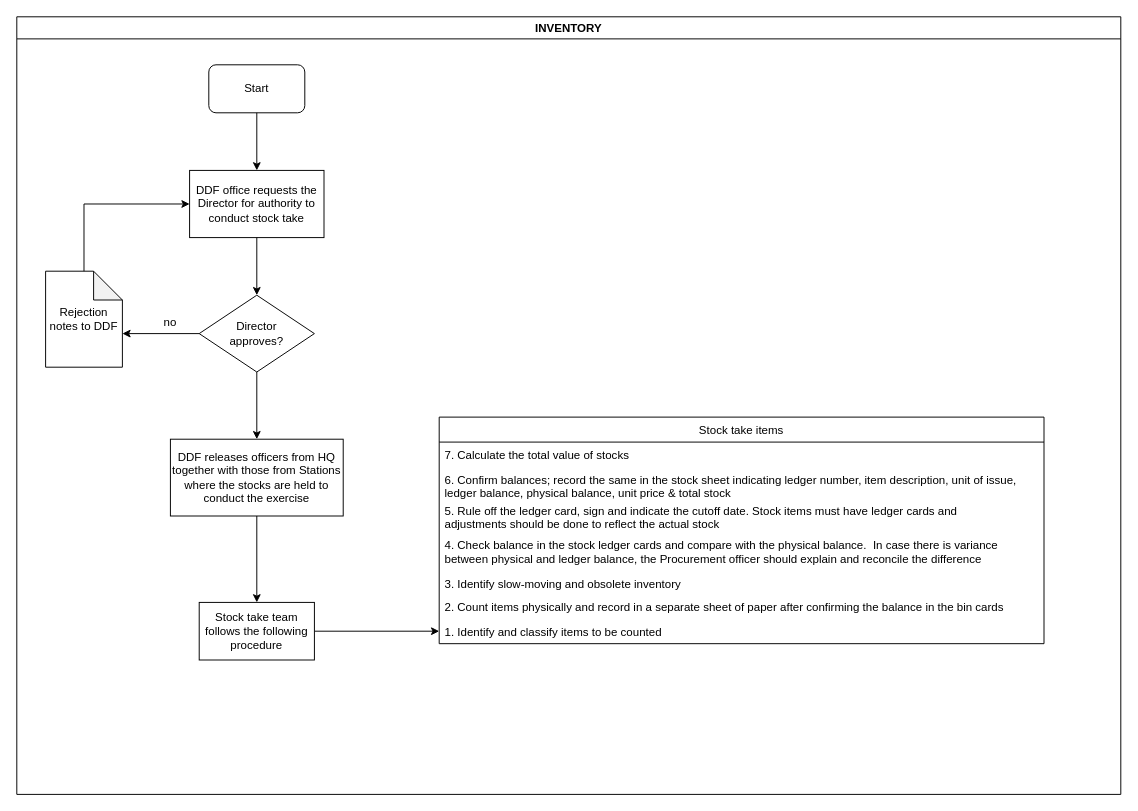
This is KEFRI-FIN-YEAR_END-INVENTORY.drawio from kmagua/flowcharts, a draw.io file, before an edit. Source tidied: cells renumbered, new cells numbered last; positions are measured from the earlier drawing's top-left corner, leaving out a move shared by most shapes. Both pictures are drawn from the tidied source at 96%, with x=0, y=0 at pixel (16, 16).
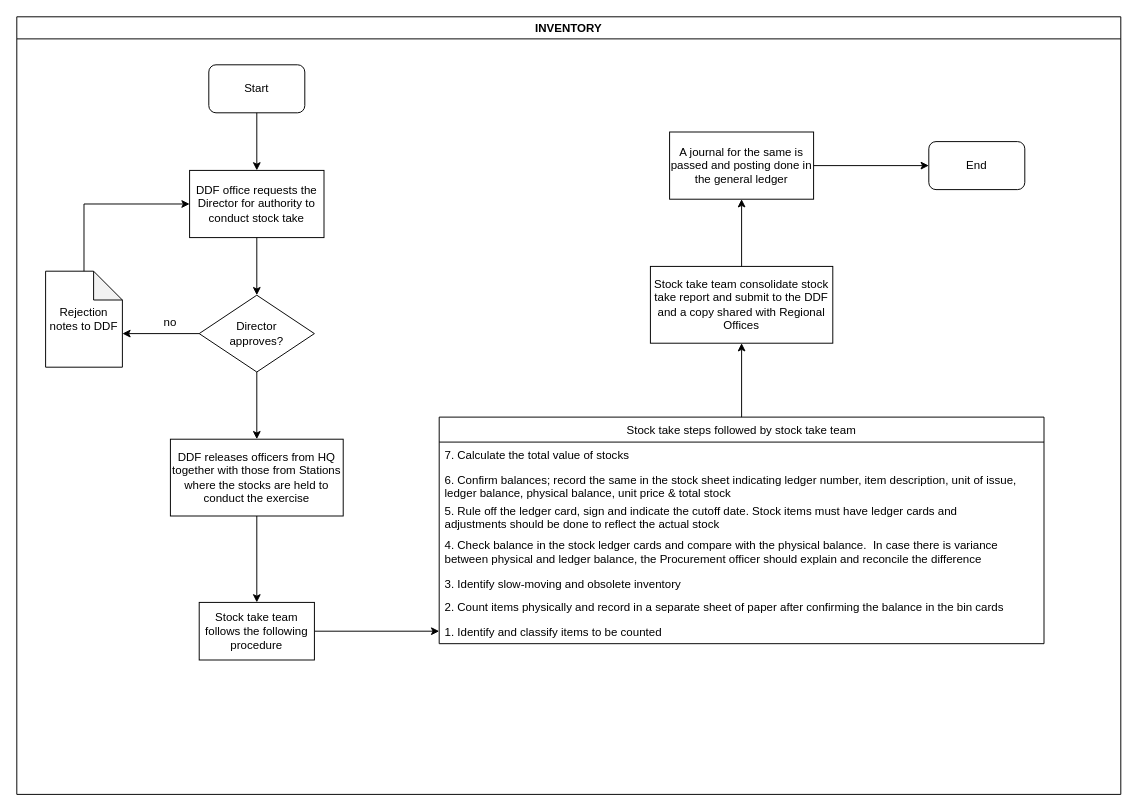
Above is the later version.

Unchanged cells that the change refers to:
```xml
<mxCell id="2" value="INVENTORY" style="swimlane;" parent="1" vertex="1">
  <mxGeometry width="1150" height="810" as="geometry" />
</mxCell>
```

Change to the diagram source:
```diff
@@
-    <mxCell id="12" value="Stock take items" style="swimlane;fontStyle=0;horizontal=1;startSize=26;fillColor=none;" parent="2" vertex="1">
+    <mxCell id="12" value="Stock take steps followed by stock take team" style="swimlane;fontStyle=0;horizontal=1;startSize=26;fillColor=none;" parent="2" vertex="1">
       <mxGeometry x="440" y="417" width="630" height="236" as="geometry" />
     </mxCell>
@@
+    <mxCell id="25" value="Stock take team consolidate stock take report and submit to the DDF and a copy shared with Regional Offices" style="whiteSpace=wrap;html=1;fontStyle=0;fillColor=none;startSize=26;" parent="2" vertex="1">
+      <mxGeometry x="660" y="260" width="190" height="80" as="geometry" />
+    </mxCell>
+    <mxCell id="26" style="edgeStyle=orthogonalEdgeStyle;rounded=0;jettySize=auto;html=1;" parent="2" edge="1" source="12" target="25">
+      <mxGeometry relative="1" as="geometry" />
+    </mxCell>
+    <mxCell id="27" value="A journal for the same is passed and posting done in the general ledger" style="whiteSpace=wrap;html=1;fontStyle=0;fillColor=none;startSize=26;" parent="2" vertex="1">
+      <mxGeometry x="680" y="120" width="150" height="70" as="geometry" />
+    </mxCell>
+    <mxCell id="28" style="edgeStyle=orthogonalEdgeStyle;rounded=0;jettySize=auto;html=1;" parent="2" edge="1" source="25" target="27">
+      <mxGeometry relative="1" as="geometry" />
+    </mxCell>
+    <mxCell id="29" value="End" style="rounded=1;whiteSpace=wrap;html=1;" parent="2" vertex="1">
+      <mxGeometry x="950" y="130" width="100" height="50" as="geometry" />
+    </mxCell>
+    <mxCell id="30" style="edgeStyle=orthogonalEdgeStyle;rounded=0;jettySize=auto;html=1;entryX=0;entryY=0.5;entryDx=0;entryDy=0;" parent="2" edge="1" source="27" target="29">
+      <mxGeometry relative="1" as="geometry" />
+    </mxCell>
```
